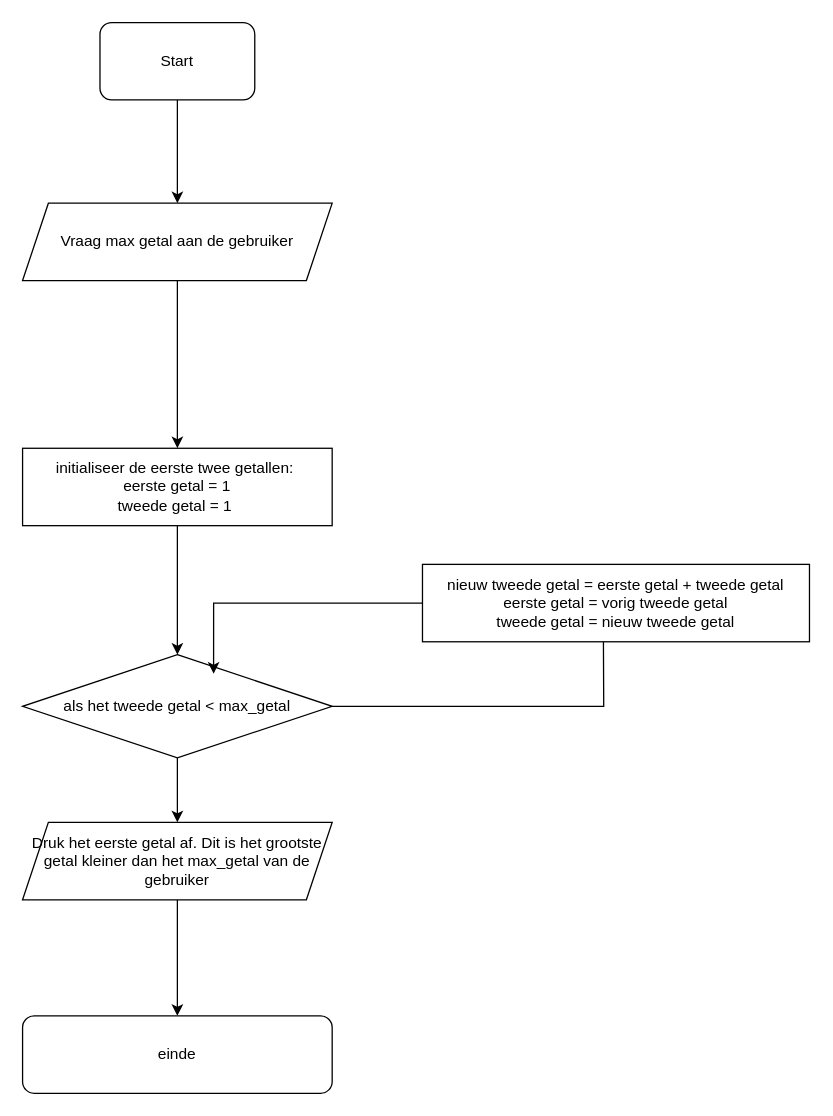
Gvandezande/DrawIO_tekeningen keeps this draw.io diagram as Fibonacci.drawio. Above is the earlier version. Source tidied: cells renumbered, new cells numbered last; positions are measured from the earlier drawing's top-left corner, leaving out a move shared by most shapes. Both pictures are drawn from the tidied source at 129%, with x=0, y=0 at pixel (22, 22).
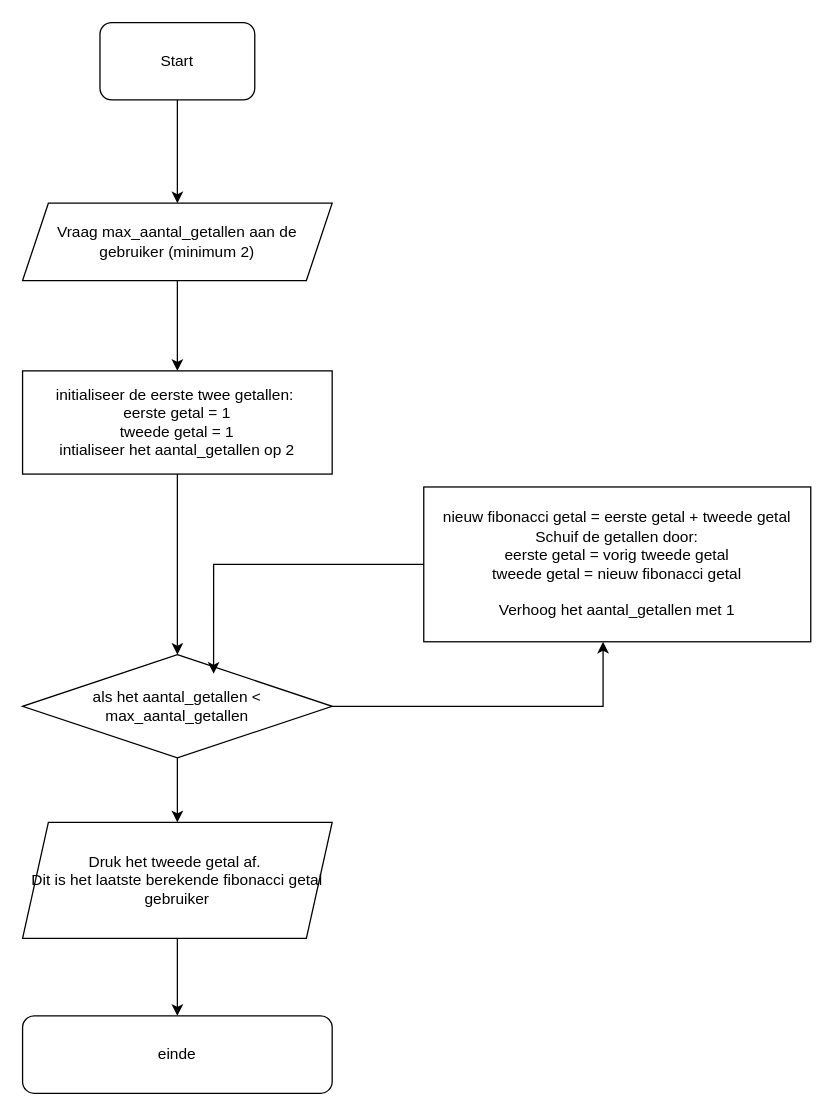
The same page after the edit.

Change to the diagram source:
```diff
@@
 <mxGraphModel>
   <root>
     <mxCell id="0" />
     <mxCell id="1" parent="0" />
     <mxCell id="2" style="edgeStyle=orthogonalEdgeStyle;rounded=0;jettySize=auto;html=1;" parent="1" edge="1" source="3" target="5">
       <mxGeometry relative="1" as="geometry" />
     </mxCell>
     <mxCell id="3" value="Start" style="rounded=1;whiteSpace=wrap;html=1;" parent="1" vertex="1">
       <mxGeometry x="60" width="120" height="60" as="geometry" />
     </mxCell>
     <mxCell id="4" style="edgeStyle=orthogonalEdgeStyle;rounded=0;jettySize=auto;html=1;entryX=0.5;entryY=0;entryDx=0;entryDy=0;" parent="1" edge="1" source="5" target="11">
       <mxGeometry relative="1" as="geometry" />
     </mxCell>
-    <mxCell id="5" value="Vraag max getal aan de gebruiker" style="shape=parallelogram;perimeter=parallelogramPerimeter;whiteSpace=wrap;html=1;fixedSize=1;" parent="1" vertex="1">
+    <mxCell id="5" value="Vraag max_aantal_getallen aan de gebruiker (minimum 2)" style="shape=parallelogram;perimeter=parallelogramPerimeter;whiteSpace=wrap;html=1;fixedSize=1;" parent="1" vertex="1">
       <mxGeometry y="140" width="240" height="60" as="geometry" />
     </mxCell>
-    <mxCell id="6" style="edgeStyle=orthogonalEdgeStyle;rounded=0;jettySize=auto;html=1;" parent="1" edge="1" source="8">
+    <mxCell id="6" style="edgeStyle=orthogonalEdgeStyle;rounded=0;jettySize=auto;html=1;" parent="1" edge="1" source="8" target="10">
       <mxGeometry relative="1" as="geometry">
-        <mxPoint x="450" y="420" as="targetPoint" />
+        <Array as="points">
+          <mxPoint x="450" y="530" />
+        </Array>
       </mxGeometry>
     </mxCell>
     <mxCell id="7" style="edgeStyle=orthogonalEdgeStyle;rounded=0;jettySize=auto;html=1;" parent="1" edge="1" source="8" target="14">
       <mxGeometry relative="1" as="geometry" />
     </mxCell>
-    <mxCell id="8" value="als het tweede getal &amp;lt; max_getal" style="rhombus;whiteSpace=wrap;html=1;" parent="1" vertex="1">
+    <mxCell id="8" value="als het aantal_getallen &amp;lt; max_aantal_getallen" style="rhombus;whiteSpace=wrap;html=1;" parent="1" vertex="1">
       <mxGeometry y="490" width="240" height="80" as="geometry" />
     </mxCell>
     <mxCell id="9" style="edgeStyle=orthogonalEdgeStyle;rounded=0;jettySize=auto;html=1;" parent="1" edge="1" source="11" target="8">
       <mxGeometry relative="1" as="geometry">
         <Array as="points">
           <mxPoint x="120" y="410" />
           <mxPoint x="120" y="410" />
         </Array>
       </mxGeometry>
     </mxCell>
-    <mxCell id="10" value="nieuw tweede getal = eerste getal + tweede getal&lt;div&gt;eerste getal = vorig tweede getal&lt;/div&gt;&lt;div&gt;tweede getal = nieuw tweede getal&lt;/div&gt;" style="rounded=0;whiteSpace=wrap;html=1;" parent="1" vertex="1">
-      <mxGeometry x="310" y="420" width="300" height="60" as="geometry" />
+    <mxCell id="10" value="nieuw fibonacci getal = eerste getal + tweede getal&lt;div&gt;Schuif de getallen door:&lt;/div&gt;&lt;div&gt;eerste getal = vorig tweede getal&lt;/div&gt;&lt;div&gt;tweede getal = nieuw fibonacci getal&lt;/div&gt;&lt;div&gt;&lt;br&gt;&lt;/div&gt;&lt;div&gt;Verhoog het aantal_getallen met 1&lt;/div&gt;" style="rounded=0;whiteSpace=wrap;html=1;" parent="1" vertex="1">
+      <mxGeometry x="311" y="360" width="300" height="120" as="geometry" />
     </mxCell>
-    <mxCell id="11" value="initialiseer de eerste twee getallen:&amp;nbsp;&lt;div&gt;eerste getal = 1&lt;/div&gt;&lt;div&gt;tweede getal = 1&amp;nbsp;&lt;/div&gt;" style="rounded=0;whiteSpace=wrap;html=1;" parent="1" vertex="1">
-      <mxGeometry y="330" width="240" height="60" as="geometry" />
+    <mxCell id="11" value="initialiseer de eerste twee getallen:&amp;nbsp;&lt;div&gt;eerste getal = 1&lt;/div&gt;&lt;div&gt;tweede getal = 1&lt;/div&gt;&lt;div&gt;intialiseer het aantal_getallen op&amp;nbsp;&lt;span style=&quot;background-color: initial;&quot;&gt;2&lt;/span&gt;&lt;/div&gt;" style="rounded=0;whiteSpace=wrap;html=1;" parent="1" vertex="1">
+      <mxGeometry y="270" width="240" height="80" as="geometry" />
     </mxCell>
     <mxCell id="12" style="edgeStyle=orthogonalEdgeStyle;rounded=0;jettySize=auto;html=1;entryX=0.617;entryY=0.185;entryDx=0;entryDy=0;entryPerimeter=0;" parent="1" edge="1" source="10" target="8">
       <mxGeometry relative="1" as="geometry" />
     </mxCell>
     <mxCell id="13" style="edgeStyle=orthogonalEdgeStyle;rounded=0;jettySize=auto;html=1;" parent="1" edge="1" source="14" target="15">
       <mxGeometry relative="1" as="geometry" />
     </mxCell>
-    <mxCell id="14" value="Druk het eerste getal af. Dit is het grootste getal kleiner dan het max_getal van de gebruiker" style="shape=parallelogram;perimeter=parallelogramPerimeter;whiteSpace=wrap;html=1;fixedSize=1;" parent="1" vertex="1">
-      <mxGeometry y="620" width="240" height="60" as="geometry" />
+    <mxCell id="14" value="Druk het tweede getal af.&amp;nbsp;&lt;div&gt;Dit is het laatste berekende fibonacci getal gebruiker&lt;/div&gt;" style="shape=parallelogram;perimeter=parallelogramPerimeter;whiteSpace=wrap;html=1;fixedSize=1;" parent="1" vertex="1">
+      <mxGeometry y="620" width="240" height="90" as="geometry" />
     </mxCell>
     <mxCell id="15" value="einde" style="rounded=1;whiteSpace=wrap;html=1;" parent="1" vertex="1">
       <mxGeometry y="770" width="240" height="60" as="geometry" />
     </mxCell>
   </root>
 </mxGraphModel>
```
